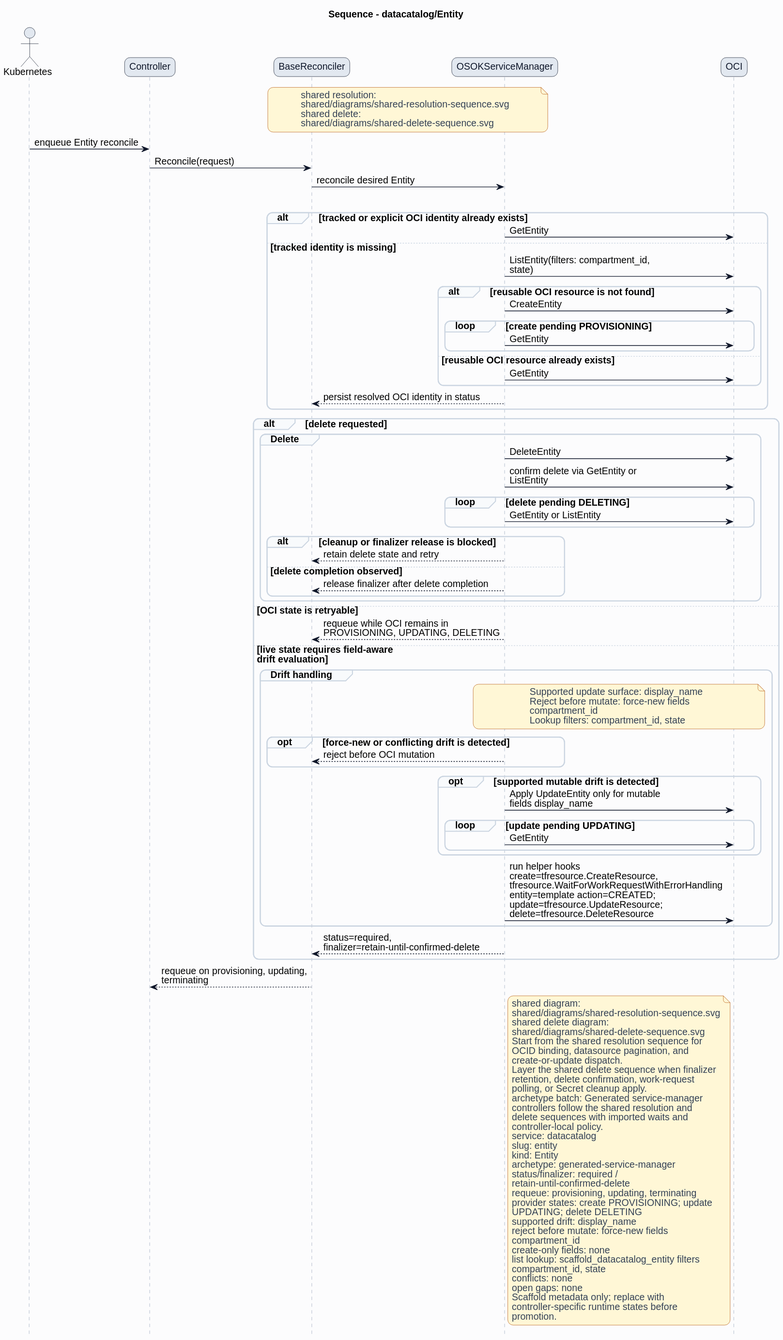
HaoyL666/oci-service-operator keeps this PlantUML diagram as formal/controllers/datacatalog/entity/diagrams/sequence.svg. Above is the earlier version.
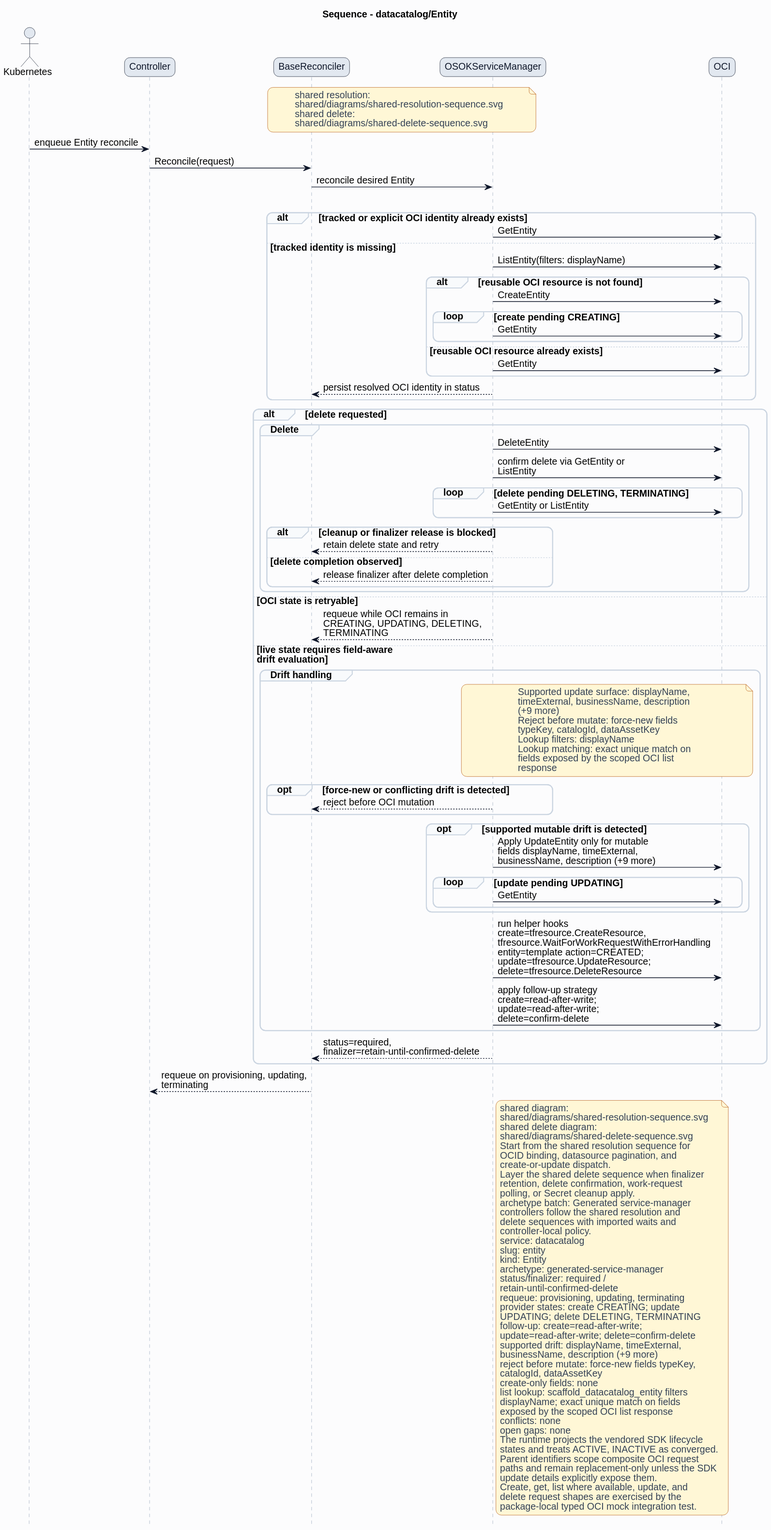
The same file after the commit.

What changed in the source:
```diff
@@ -38,10 +38,10 @@
 alt tracked or explicit OCI identity already exists
 ServiceManager -> OCI: GetEntity
 else tracked identity is missing
-ServiceManager -> OCI: ListEntity(filters: compartment_id,\nstate)
+ServiceManager -> OCI: ListEntity(filters: displayName)
 alt reusable OCI resource is not found
 ServiceManager -> OCI: CreateEntity
-loop create pending PROVISIONING
+loop create pending CREATING
 ServiceManager -> OCI: GetEntity
 end
 else reusable OCI resource already exists
@@ -53,7 +53,7 @@
 group Delete
 ServiceManager -> OCI: DeleteEntity
 ServiceManager -> OCI: confirm delete via GetEntity or\nListEntity
-loop delete pending DELETING
+loop delete pending DELETING, TERMINATING
 ServiceManager -> OCI: GetEntity or ListEntity
 end
 alt cleanup or finalizer release is blocked
@@ -63,25 +63,31 @@
 end
 end
 else OCI state is retryable
-ServiceManager --> BaseReconciler: requeue while OCI remains in\nPROVISIONING, UPDATING, DELETING
+ServiceManager --> BaseReconciler: requeue while OCI remains in\nCREATING, UPDATING, DELETING,\nTERMINATING
 else live state requires field-aware\ndrift evaluation
 group Drift handling
 note over ServiceManager,OCI
-Supported update surface: display_name
+Supported update surface: displayName,
+timeExternal, businessName, description
+(+9 more)
 Reject before mutate: force-new fields
-compartment_id
-Lookup filters: compartment_id, state
+typeKey, catalogId, dataAssetKey
+Lookup filters: displayName
+Lookup matching: exact unique match on
+fields exposed by the scoped OCI list
+response
 end note
 opt force-new or conflicting drift is detected
 ServiceManager --> BaseReconciler: reject before OCI mutation
 end
 opt supported mutable drift is detected
-ServiceManager -> OCI: Apply UpdateEntity only for mutable\nfields display_name
+ServiceManager -> OCI: Apply UpdateEntity only for mutable\nfields displayName, timeExternal,\nbusinessName, description (+9 more)
 loop update pending UPDATING
 ServiceManager -> OCI: GetEntity
 end
 end
 ServiceManager -> OCI: run helper hooks\ncreate=tfresource.CreateResource,\ntfresource.WaitForWorkRequestWithErrorHandling\nentity=template action=CREATED;\nupdate=tfresource.UpdateResource;\ndelete=tfresource.DeleteResource
+ServiceManager -> OCI: apply follow-up strategy\ncreate=read-after-write;\nupdate=read-after-write;\ndelete=confirm-delete
 end
 ServiceManager --> BaseReconciler: status=required,\nfinalizer=retain-until-confirmed-delete
 end
@@ -108,18 +114,27 @@
 status/finalizer: required /
 retain-until-confirmed-delete
 requeue: provisioning, updating, terminating
-provider states: create PROVISIONING; update
-UPDATING; delete DELETING
-supported drift: display_name
-reject before mutate: force-new fields
-compartment_id
+provider states: create CREATING; update
+UPDATING; delete DELETING, TERMINATING
+follow-up: create=read-after-write;
+update=read-after-write; delete=confirm-delete
+supported drift: displayName, timeExternal,
+businessName, description (+9 more)
+reject before mutate: force-new fields typeKey,
+catalogId, dataAssetKey
 create-only fields: none
 list lookup: scaffold_datacatalog_entity filters
-compartment_id, state
+displayName; exact unique match on fields
+exposed by the scoped OCI list response
 conflicts: none
 open gaps: none
-Scaffold metadata only; replace with
-controller-specific runtime states before
-promotion.
+The runtime projects the vendored SDK lifecycle
+states and treats ACTIVE, INACTIVE as converged.
+Parent identifiers scope composite OCI request
+paths and remain replacement-only unless the SDK
+update details explicitly expose them.
+Create, get, list where available, update, and
+delete request shapes are exercised by the
+package-local typed OCI mock integration test.
 end note
 @enduml
```
